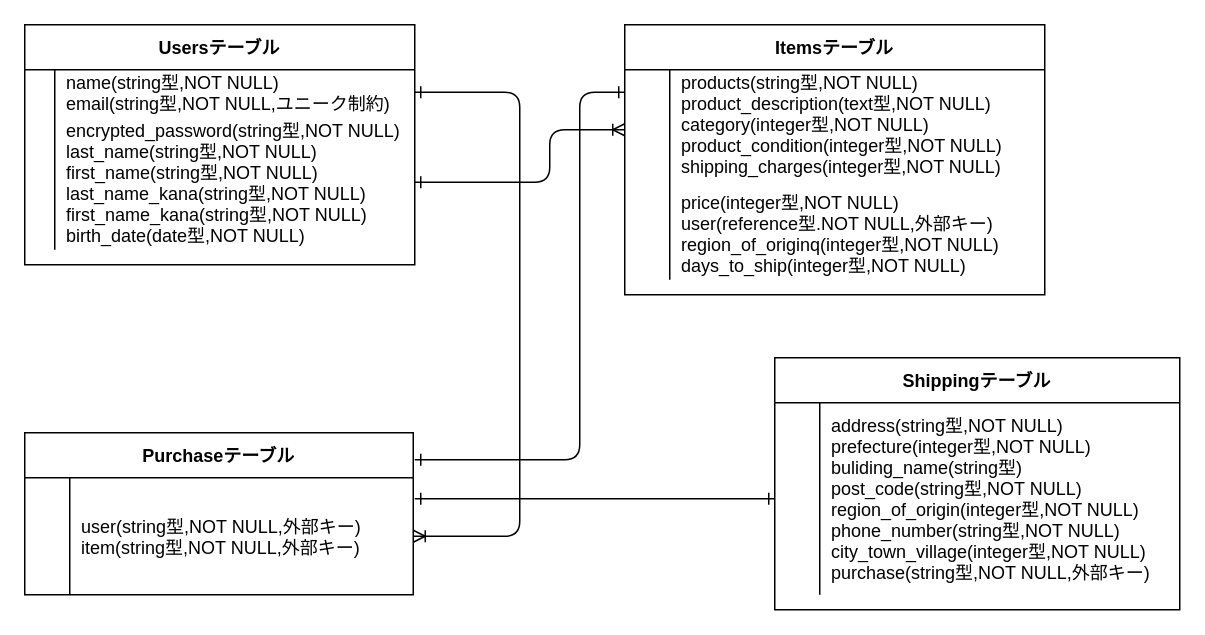
Before: bin/er.dio in syun031/furima-39700, a draw.io diagram. Source tidied: cells renumbered, new cells numbered last; positions are measured from the earlier drawing's top-left corner, leaving out a move shared by most shapes. Both pictures are drawn from the tidied source at 150%, with x=0, y=0 at pixel (24, 24).
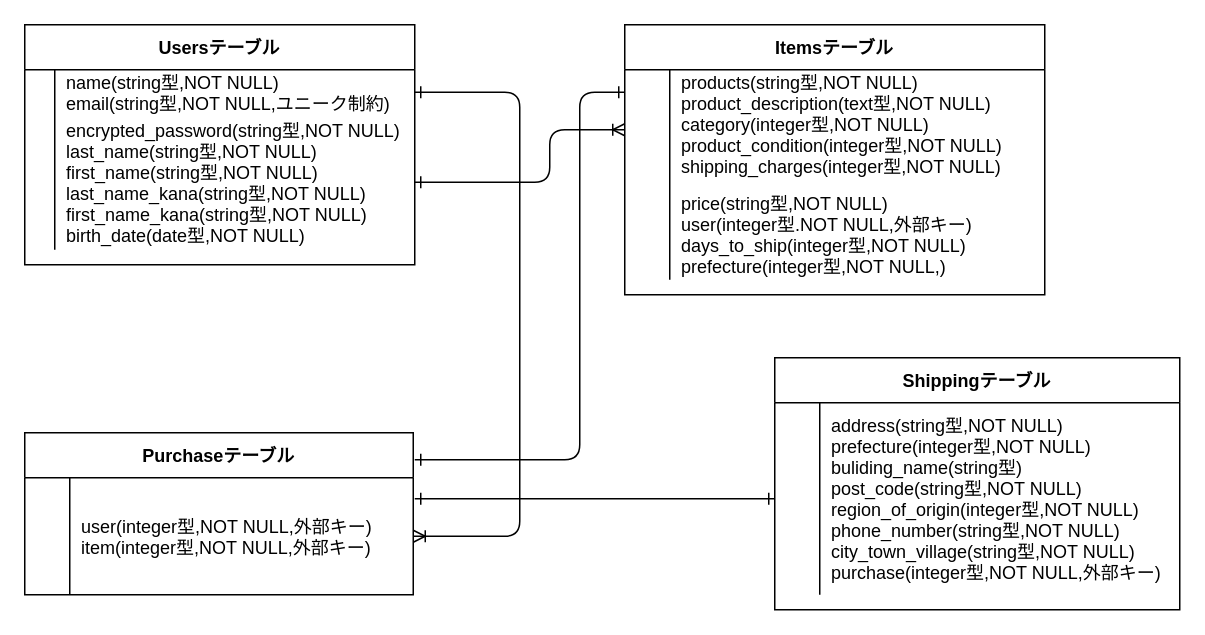
The same page after the edit.

The change refers to these unchanged cells:
```xml
<mxCell id="10" value="Itemsテーブル" style="shape=table;startSize=30;childLayout=tableLayout;rowLines=0;fontStyle=1;align=center;" parent="1" vertex="1">
  <mxGeometry x="400" width="280" height="180" as="geometry" />
</mxCell>
<mxCell id="14" style="shape=tableRow;horizontal=0;startSize=0;swimlaneHead=0;swimlaneBody=0;fillColor=none;points=[[0,0.5],[1,0.5]];portConstraint=eastwest;top=0;left=0;right=0;bottom=0;" parent="10" vertex="1">
  <mxGeometry y="110" width="280" height="60" as="geometry" />
</mxCell>
<mxCell id="19" style="shape=tableRow;horizontal=0;startSize=0;swimlaneHead=0;swimlaneBody=0;fillColor=none;points=[[0,0.5],[1,0.5]];portConstraint=eastwest;top=0;left=0;right=0;bottom=0;" parent="18" vertex="1">
  <mxGeometry y="30" width="259" height="78" as="geometry" />
</mxCell>
<mxCell id="23" style="shape=tableRow;horizontal=0;startSize=0;swimlaneHead=0;swimlaneBody=0;fillColor=none;points=[[0,0.5],[1,0.5]];portConstraint=eastwest;top=0;left=0;right=0;bottom=0;" parent="22" vertex="1">
  <mxGeometry y="30" width="270" height="128" as="geometry" />
</mxCell>
```

What changed in the source:
```diff
@@
+    <mxCell id="17" style="edgeStyle=none;html=1;exitX=0;exitY=0.5;exitDx=0;exitDy=0;entryX=0;entryY=0.5;entryDx=0;entryDy=0;endArrow=ERoneToMany;endFill=0;startArrow=ERone;startFill=0;" parent="10" edge="1" source="14" target="14">
+      <mxGeometry relative="1" as="geometry" />
+    </mxCell>
@@
-    <mxCell id="16" value="price(integer型,NOT NULL)&#10;user(reference型.NOT NULL,外部キー)&#10;region_of_originq(integer型,NOT NULL)&#10;days_to_ship(integer型,NOT NULL)&#10;" style="shape=partialRectangle;fillColor=none;top=0;left=0;bottom=0;right=0;align=left;spacingLeft=6;overflow=hidden;" parent="14" vertex="1">
+    <mxCell id="16" value="price(string型,NOT NULL)&#10;user(integer型.NOT NULL,外部キー)&#10;days_to_ship(integer型,NOT NULL)&#10;prefecture(integer型,NOT NULL,)" style="shape=partialRectangle;fillColor=none;top=0;left=0;bottom=0;right=0;align=left;spacingLeft=6;overflow=hidden;" parent="14" vertex="1">
       <mxGeometry x="30" width="250" height="60" as="geometry" />
     </mxCell>
-    <mxCell id="17" style="edgeStyle=none;html=1;exitX=0;exitY=0.5;exitDx=0;exitDy=0;entryX=0;entryY=0.5;entryDx=0;entryDy=0;endArrow=ERoneToMany;endFill=0;startArrow=ERone;startFill=0;" parent="10" edge="1" source="14" target="14">
-      <mxGeometry relative="1" as="geometry" />
-    </mxCell>
@@
-    <mxCell id="21" value="user(string型,NOT NULL,外部キー)&#10;item(string型,NOT NULL,外部キー)" style="shape=partialRectangle;fillColor=none;top=0;left=0;bottom=0;right=0;align=left;spacingLeft=6;overflow=hidden;" parent="19" vertex="1">
+    <mxCell id="21" value="user(integer型,NOT NULL,外部キー)&#10;item(integer型,NOT NULL,外部キー)" style="shape=partialRectangle;fillColor=none;top=0;left=0;bottom=0;right=0;align=left;spacingLeft=6;overflow=hidden;" parent="19" vertex="1">
       <mxGeometry x="30" width="229" height="78" as="geometry" />
     </mxCell>
@@
-    <mxCell id="25" value="address(string型,NOT NULL)&#10;prefecture(integer型,NOT NULL)&#10;buliding_name(string型)&#10;post_code(string型,NOT NULL)&#10;region_of_origin(integer型,NOT NULL)&#10;phone_number(string型,NOT NULL)&#10;city_town_village(integer型,NOT NULL)&#10;purchase(string型,NOT NULL,外部キー)" style="shape=partialRectangle;fillColor=none;top=0;left=0;bottom=0;right=0;align=left;spacingLeft=6;overflow=hidden;" parent="23" vertex="1">
+    <mxCell id="25" value="address(string型,NOT NULL)&#10;prefecture(integer型,NOT NULL)&#10;buliding_name(string型)&#10;post_code(string型,NOT NULL)&#10;region_of_origin(integer型,NOT NULL)&#10;phone_number(string型,NOT NULL)&#10;city_town_village(string型,NOT NULL)&#10;purchase(integer型,NOT NULL,外部キー)" style="shape=partialRectangle;fillColor=none;top=0;left=0;bottom=0;right=0;align=left;spacingLeft=6;overflow=hidden;" parent="23" vertex="1">
       <mxGeometry x="30" width="240" height="128" as="geometry" />
     </mxCell>
```
